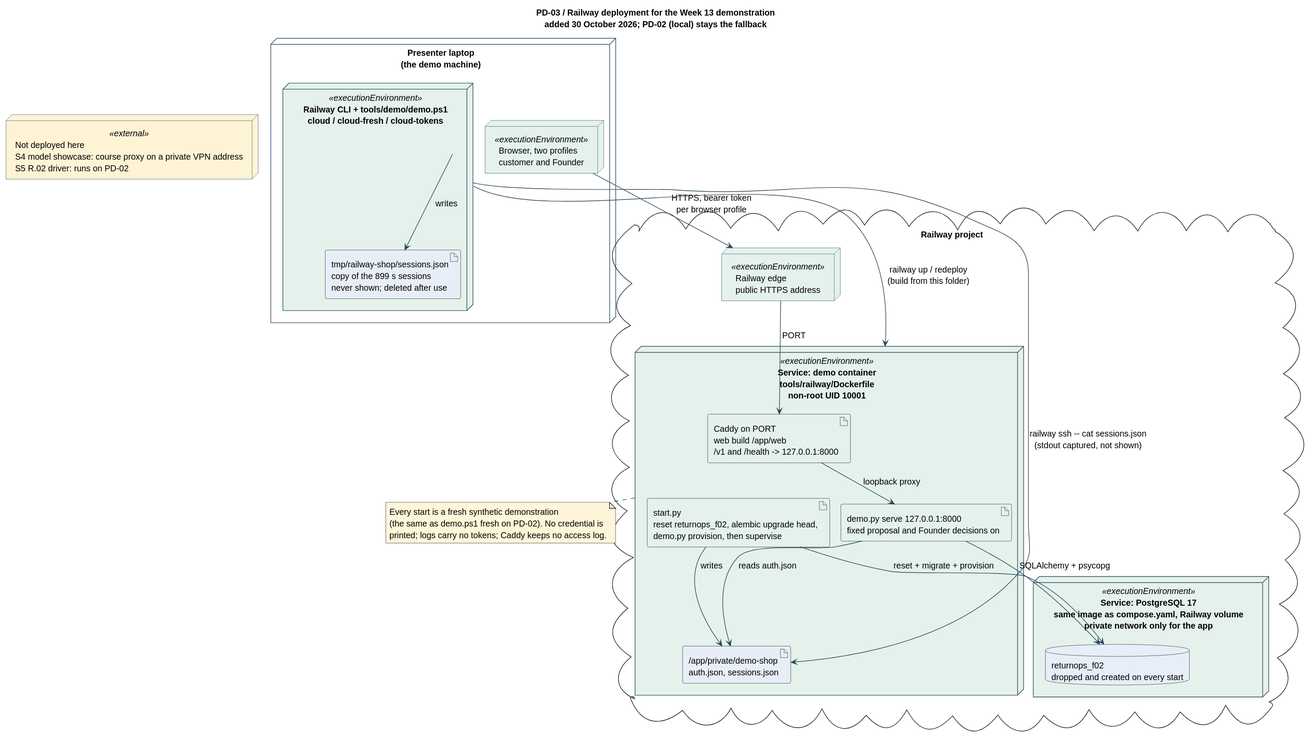
Above: docs/diagrams/shared/deployment-railway.svg in shuxiachai/returnops-au (PlantUML), before the change.
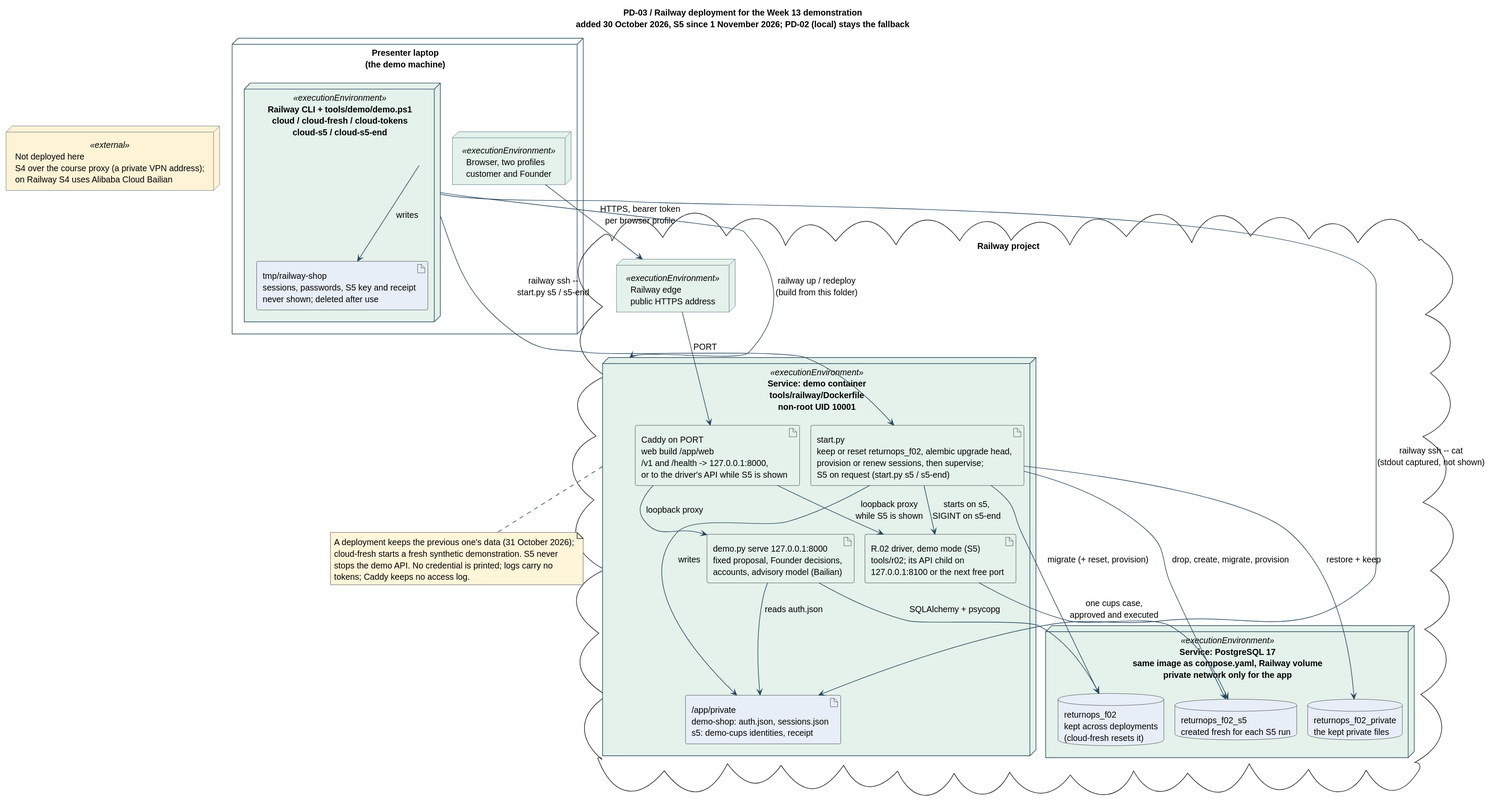
Above is the later version.

Commit message:
feat(KAN-38): S5 on Railway, the R.02 driver inside the demo service (#172)

Diff of the diagram source:
```diff
@@ -1,5 +1,5 @@
 @startuml
-title PD-03 / Railway deployment for the Week 13 demonstration\nadded 30 October 2026; PD-02 (local) stays the fallback
+title PD-03 / Railway deployment for the Week 13 demonstration\nadded 30 October 2026, S5 since 1 November 2026; PD-02 (local) stays the fallback
 !pragma layout smetana
 top to bottom direction
 skinparam defaultFontName SansSerif
@@ -14,40 +14,50 @@
 
 node "Presenter laptop\n(the demo machine)" as Laptop {
   node "Browser, two profiles\ncustomer and Founder" as Browser <<executionEnvironment>> #E4F2EB
-  node "Railway CLI + tools/demo/demo.ps1\ncloud / cloud-fresh / cloud-tokens" as Cli <<executionEnvironment>> #E4F2EB {
-    artifact "tmp/railway-shop/sessions.json\ncopy of the 899 s sessions\nnever shown; deleted after use" as LocalSessions #E8EEF7
+  node "Railway CLI + tools/demo/demo.ps1\ncloud / cloud-fresh / cloud-tokens\ncloud-s5 / cloud-s5-end" as Cli <<executionEnvironment>> #E4F2EB {
+    artifact "tmp/railway-shop\nsessions, passwords, S5 key and receipt\nnever shown; deleted after use" as LocalSessions #E8EEF7
   }
 }
 
 cloud "Railway project" as Railway {
   node "Railway edge\npublic HTTPS address" as Edge <<executionEnvironment>> #E4F2EB
   node "Service: demo container\ntools/railway/Dockerfile\nnon-root UID 10001" as Service <<executionEnvironment>> #E4F2EB {
-    artifact "start.py\nreset returnops_f02, alembic upgrade head,\ndemo.py provision, then supervise" as Start #E4F2EB
-    artifact "Caddy on PORT\nweb build /app/web\n/v1 and /health -> 127.0.0.1:8000" as Caddy #E4F2EB
-    artifact "demo.py serve 127.0.0.1:8000\nfixed proposal and Founder decisions on" as Api #E4F2EB
-    artifact "/app/private/demo-shop\nauth.json, sessions.json" as Private #E8EEF7
+    artifact "start.py\nkeep or reset returnops_f02, alembic upgrade head,\nprovision or renew sessions, then supervise;\nS5 on request (start.py s5 / s5-end)" as Start #E4F2EB
+    artifact "Caddy on PORT\nweb build /app/web\n/v1 and /health -> 127.0.0.1:8000,\nor to the driver's API while S5 is shown" as Caddy #E4F2EB
+    artifact "demo.py serve 127.0.0.1:8000\nfixed proposal, Founder decisions,\naccounts, advisory model (Bailian)" as Api #E4F2EB
+    artifact "R.02 driver, demo mode (S5)\ntools/r02; its API child on\n127.0.0.1:8100 or the next free port" as Driver #E4F2EB
+    artifact "/app/private\ndemo-shop: auth.json, sessions.json\ns5: demo-cups identities, receipt" as Private #E8EEF7
   }
   node "Service: PostgreSQL 17\nsame image as compose.yaml, Railway volume\nprivate network only for the app" as Postgres <<executionEnvironment>> #E4F2EB {
-    database "returnops_f02\ndropped and created on every start" as Database #E8EEF7
+    database "returnops_f02\nkept across deployments\n(cloud-fresh resets it)" as Database #E8EEF7
+    database "returnops_f02_s5\ncreated fresh for each S5 run" as S5Database #E8EEF7
+    database "returnops_f02_private\nthe kept private files" as PrivateStore #E8EEF7
   }
 }
 
-node "Not deployed here\nS4 model showcase: course proxy on a private VPN address\nS5 R.02 driver: runs on PD-02" as Elsewhere <<external>> #FFF3D6
+node "Not deployed here\nS4 over the course proxy (a private VPN address);\non Railway S4 uses Alibaba Cloud Bailian" as Elsewhere <<external>> #FFF3D6
 
 Browser --> Edge : HTTPS, bearer token\nper browser profile
 Edge --> Caddy : PORT
 Caddy --> Api : loopback proxy
+Caddy --> Driver : loopback proxy\nwhile S5 is shown
 Start --> Private : writes
+Start --> Driver : starts on s5,\nSIGINT on s5-end
 Api --> Private : reads auth.json
-Start --> Database : reset + migrate + provision
+Start --> Database : migrate (+ reset, provision)
+Start --> S5Database : drop, create, migrate, provision
+Start --> PrivateStore : restore + keep
 Api --> Database : SQLAlchemy + psycopg
+Driver --> S5Database : one cups case,\napproved and executed
 Cli --> Service : railway up / redeploy\n(build from this folder)
-Cli --> Private : railway ssh -- cat sessions.json\n(stdout captured, not shown)
+Cli --> Private : railway ssh -- cat\n(stdout captured, not shown)
+Cli --> Start : railway ssh --\nstart.py s5 / s5-end
 Cli --> LocalSessions : writes
 
 note bottom of Service
-Every start is a fresh synthetic demonstration
-(the same as demo.ps1 fresh on PD-02). No credential is
-printed; logs carry no tokens; Caddy keeps no access log.
+A deployment keeps the previous one's data (31 October 2026);
+cloud-fresh starts a fresh synthetic demonstration. S5 never
+stops the demo API. No credential is printed; logs carry no
+tokens; Caddy keeps no access log.
 end note
 @enduml
```
